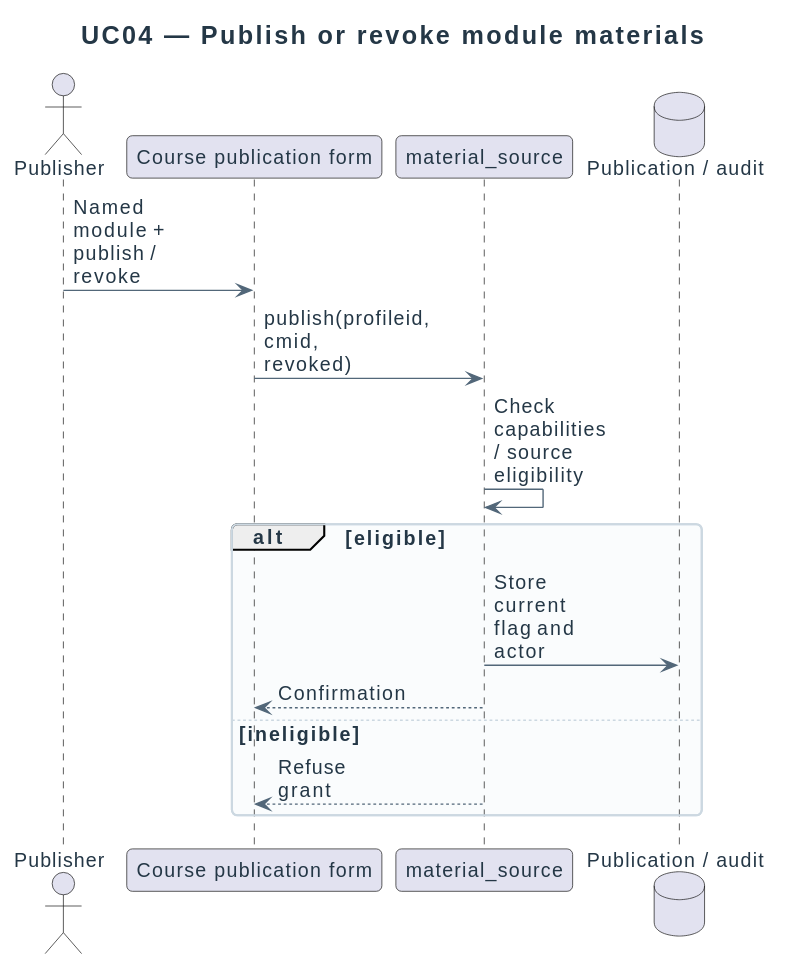
Above: docs/diagrams/design/sequences/uc04-publish-materials.svg in didactika/moodle-local_coursefiles (PlantUML), before the change. Source of this version:
```plantuml
@startuml
!include ../../_style.puml
title UC04 — Publish or revoke module materials
actor Publisher
participant "Course publication form" as UI
participant material_source as Source
database "Publication / audit" as DB
Publisher -> UI : Named module + publish / revoke
UI -> Source : publish(profileid, cmid, revoked)
Source -> Source : Check capabilities / source eligibility
alt eligible
  Source -> DB : Store current flag and actor
  Source --> UI : Confirmation
else ineligible
  Source --> UI : Refuse grant
end
@enduml
```
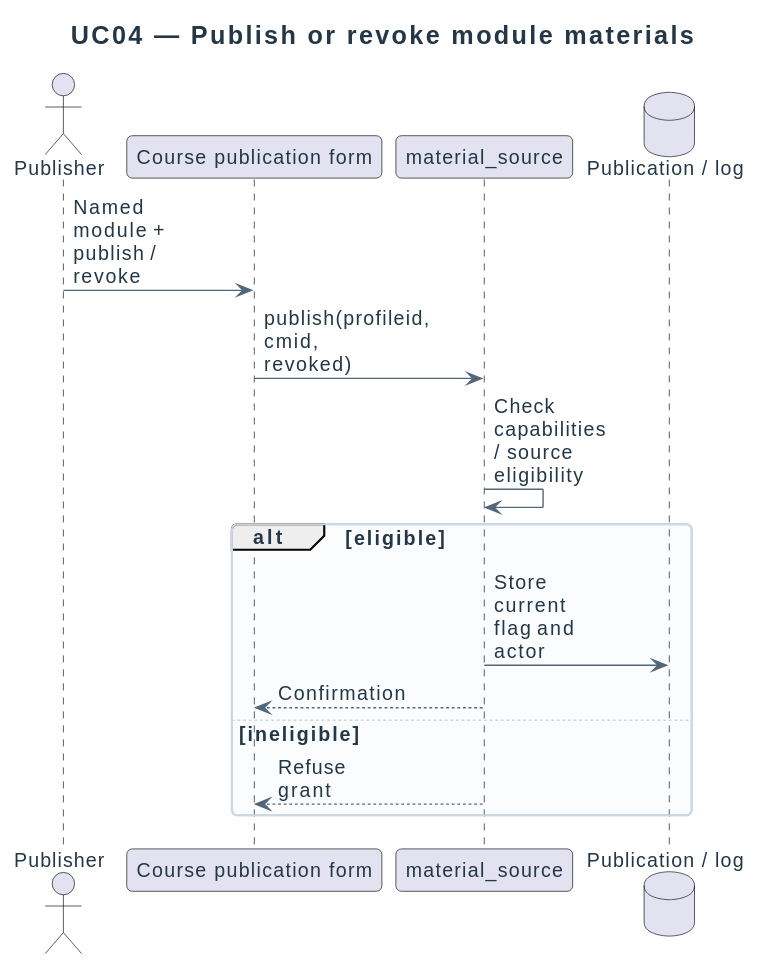
After the change.

Diff of the diagram source:
```diff
@@ -4,7 +4,7 @@
 actor Publisher
 participant "Course publication form" as UI
 participant material_source as Source
-database "Publication / audit" as DB
+database "Publication / log" as DB
 Publisher -> UI : Named module + publish / revoke
 UI -> Source : publish(profileid, cmid, revoked)
 Source -> Source : Check capabilities / source eligibility
```
